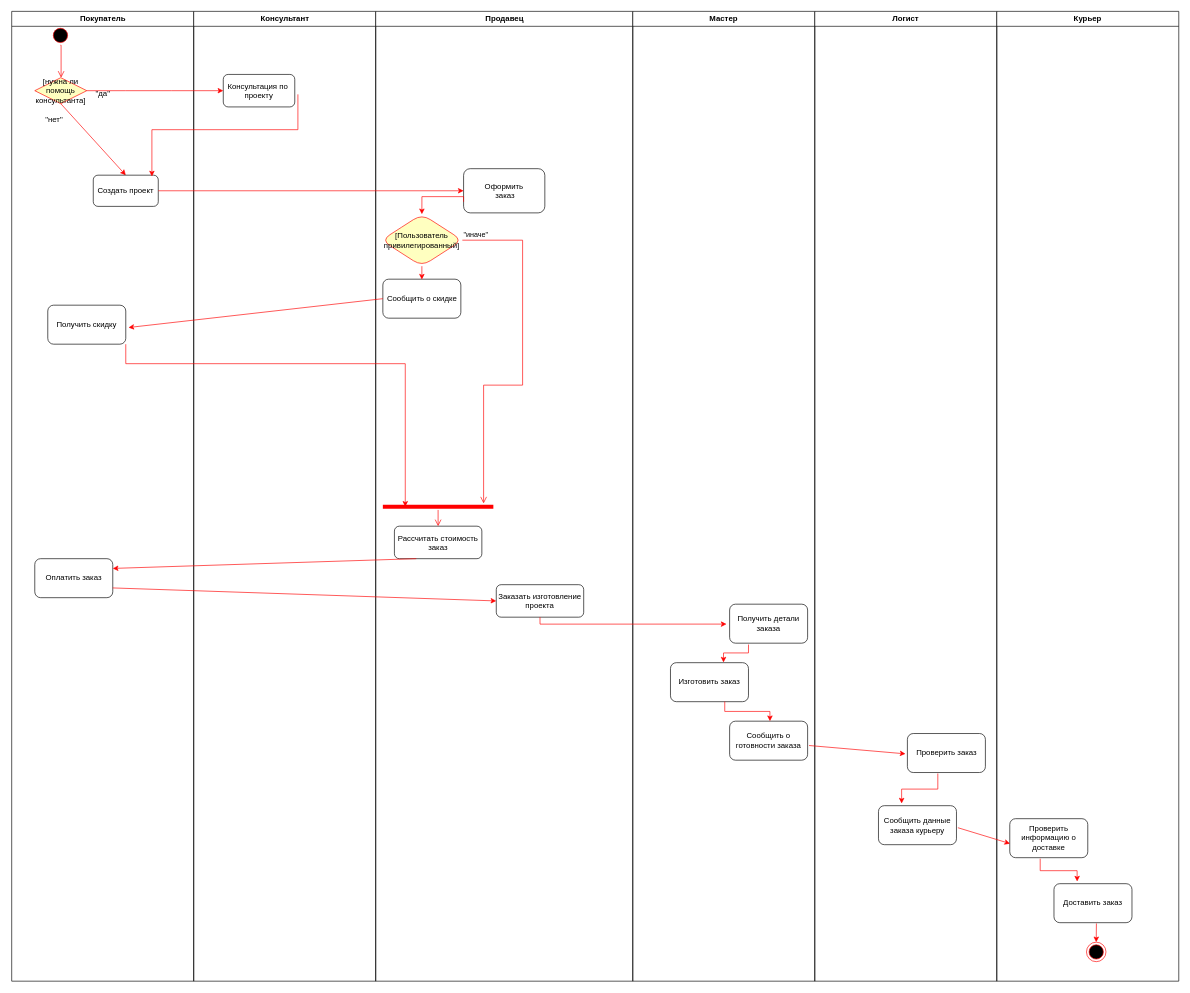
Above: activity diagram.drawio in shatanov/IT-exams (draw.io), before the change. Source tidied: cells renumbered, new cells numbered last; positions are measured from the earlier drawing's top-left corner, leaving out a move shared by most shapes. Both pictures are drawn from the tidied source at 65%, with x=0, y=0 at pixel (11, 11).
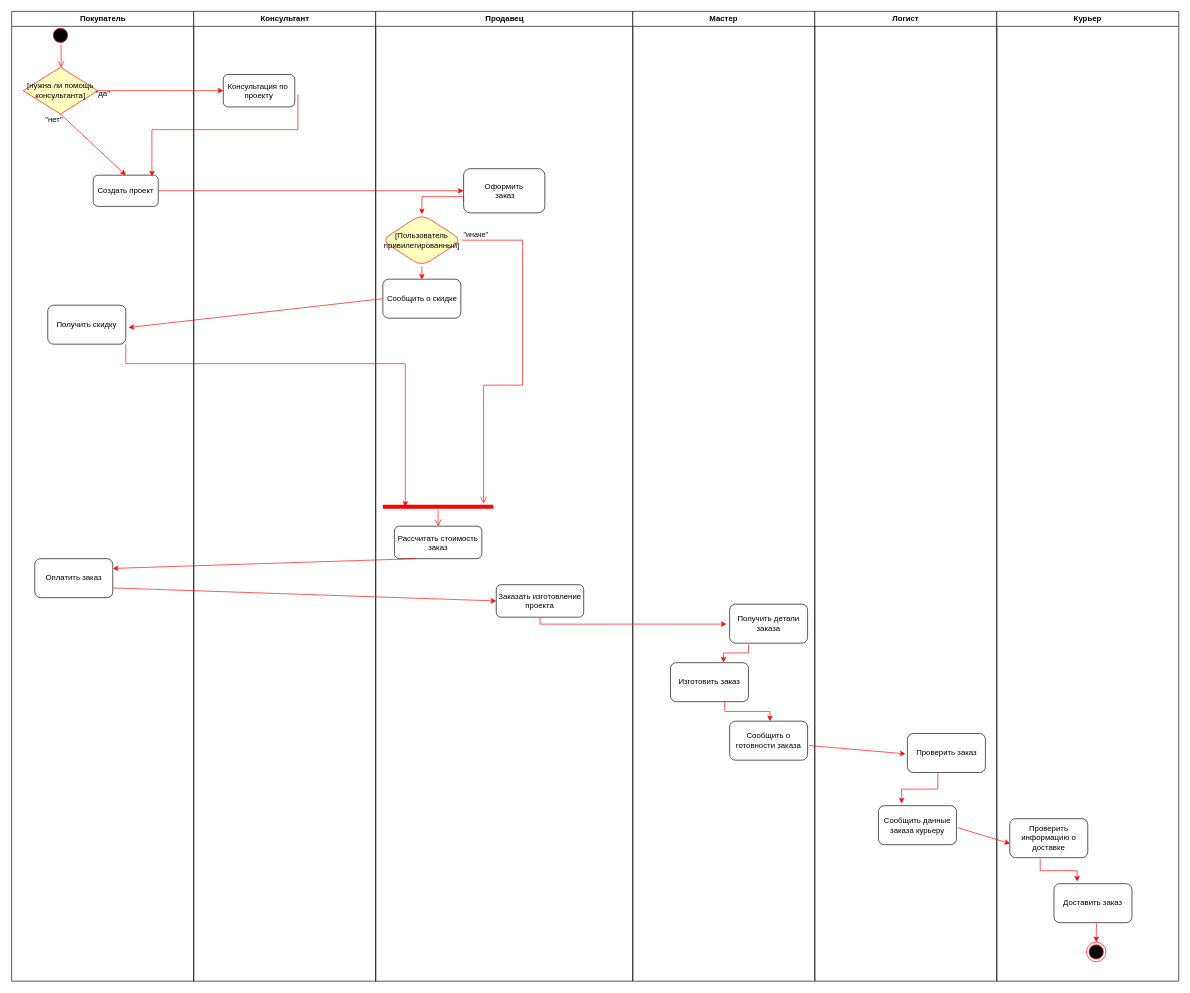
The same diagram, later.

Unchanged cells that the change refers to:
```xml
<mxCell id="2" value="Покупатель" style="swimlane;whiteSpace=wrap;startSize=23;" parent="1" vertex="1">
  <mxGeometry x="0.5" width="280" height="1492" as="geometry" />
</mxCell>
<mxCell id="3" style="ellipse;shape=startState;fillColor=#000000;strokeColor=#ff0000;" parent="2" vertex="1">
  <mxGeometry x="60" y="22" width="30" height="30" as="geometry" />
</mxCell>
```

The edit, as a diff of the source:
```diff
@@
-    <mxCell id="5" style="edgeStyle=elbowEdgeStyle;elbow=horizontal;verticalAlign=bottom;endArrow=open;endSize=8;strokeColor=#FF0000;endFill=1;rounded=0;exitX=0.5;exitY=1;exitDx=0;exitDy=0;" parent="2" edge="1" source="3">
+    <mxCell id="5" style="edgeStyle=elbowEdgeStyle;elbow=horizontal;verticalAlign=bottom;endArrow=open;endSize=8;strokeColor=#FF0000;endFill=1;rounded=0;exitX=0.5;exitY=1;exitDx=0;exitDy=0;" parent="2" edge="1" source="3" target="7">
       <mxGeometry x="100" y="40" as="geometry">
-        <mxPoint x="75.5" y="102" as="targetPoint" />
         <Array as="points">
           <mxPoint x="76" y="92" />
         </Array>
       </mxGeometry>
     </mxCell>
@@
     <mxCell id="7" value="[нужна ли помощь консультанта]" style="rhombus;whiteSpace=wrap;html=1;fillColor=#ffffc0;strokeColor=#ff0000;" parent="2" vertex="1">
-      <mxGeometry x="35.5" y="102" width="80" height="40" as="geometry" />
+      <mxGeometry x="17.8" y="86" width="114.5" height="72" as="geometry" />
     </mxCell>
```
